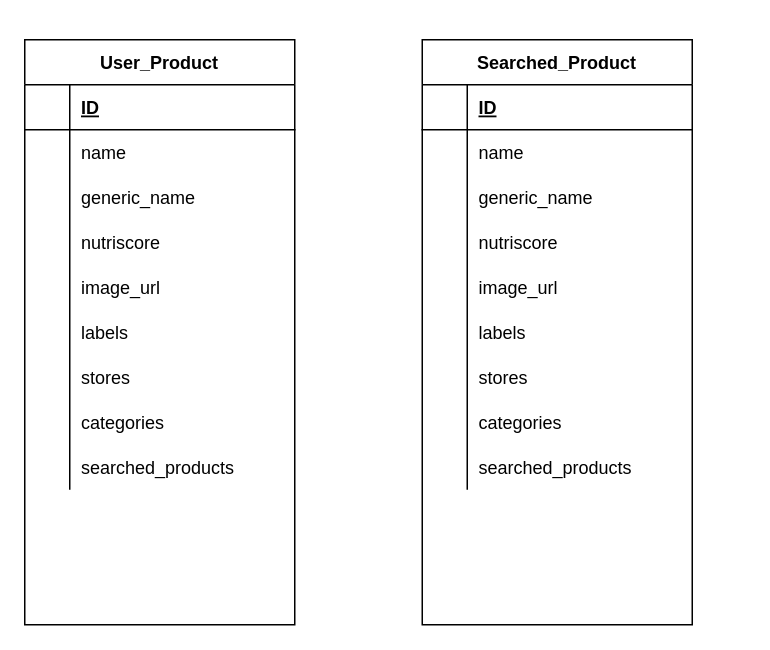
Before: Untitled Diagram.drawio in LeonardHehlen/pur_beurre_comparateur, a draw.io diagram. Source tidied: cells renumbered, new cells numbered last; positions are measured from the earlier drawing's top-left corner, leaving out a move shared by most shapes. Both pictures are drawn from the tidied source at 150%, with x=0, y=0 at pixel (24, 39).
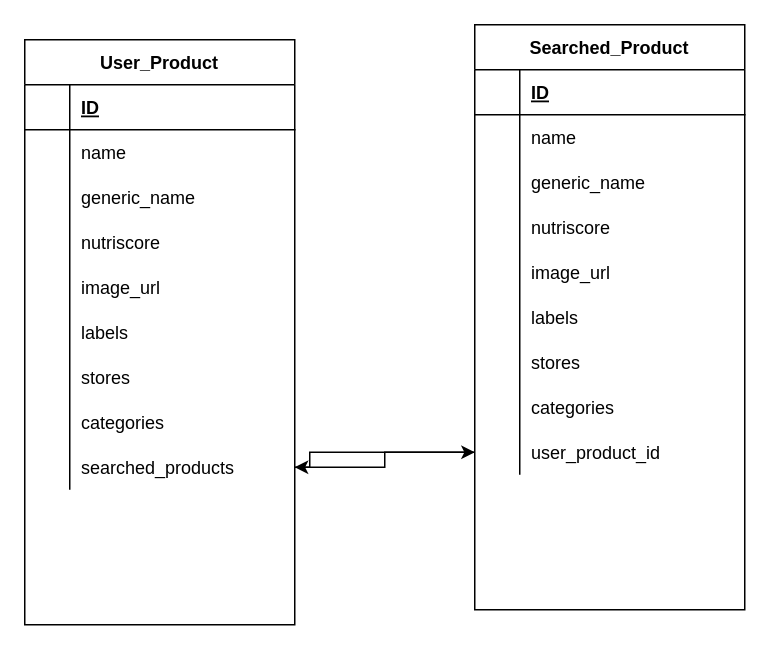
The same diagram, later.

The change refers to these unchanged cells:
```xml
<mxCell id="27" style="shape=partialRectangle;fillColor=none;top=0;left=0;bottom=0;right=0;points=[[0,0.5],[1,0.5]];portConstraint=eastwest;" parent="2" vertex="1">
  <mxGeometry y="270" width="180" height="30" as="geometry" />
</mxCell>
<mxCell id="55" style="shape=partialRectangle;fillColor=none;top=0;left=0;bottom=0;right=0;points=[[0,0.5],[1,0.5]];portConstraint=eastwest;" parent="30" vertex="1">
  <mxGeometry y="270" width="180" height="30" as="geometry" />
</mxCell>
```

Diff of the diagram source:
```diff
@@
     <mxCell id="30" value="Searched_Product" style="shape=table;startSize=30;childLayout=tableLayout;rowLines=0;fontStyle=1;align=center;" parent="1" vertex="1">
-      <mxGeometry x="265" width="180" height="390" as="geometry" />
+      <mxGeometry x="300" y="-10" width="180" height="390" as="geometry" />
     </mxCell>
@@
-    <mxCell id="57" value="searched_products" style="shape=partialRectangle;fillColor=none;top=0;left=0;bottom=0;right=0;align=left;spacingLeft=6;overflow=hidden;" parent="55" vertex="1">
+    <mxCell id="57" value="user_product_id" style="shape=partialRectangle;fillColor=none;top=0;left=0;bottom=0;right=0;align=left;spacingLeft=6;overflow=hidden;" parent="55" vertex="1">
       <mxGeometry x="30" width="150" height="30" as="geometry" />
     </mxCell>
+    <mxCell id="58" style="edgeStyle=orthogonalEdgeStyle;rounded=0;jettySize=auto;html=1;exitX=1;exitY=0.5;exitDx=0;exitDy=0;entryX=0;entryY=0.5;entryDx=0;entryDy=0;" parent="1" edge="1" source="27" target="55">
+      <mxGeometry relative="1" as="geometry" />
+    </mxCell>
+    <mxCell id="59" style="edgeStyle=orthogonalEdgeStyle;rounded=0;jettySize=auto;html=1;entryX=1;entryY=0.5;entryDx=0;entryDy=0;exitX=0;exitY=0.5;exitDx=0;exitDy=0;" parent="1" edge="1" source="55" target="27">
+      <mxGeometry relative="1" as="geometry">
+        <Array as="points">
+          <mxPoint x="190" y="275" />
+          <mxPoint x="190" y="285" />
+        </Array>
+      </mxGeometry>
+    </mxCell>
```
